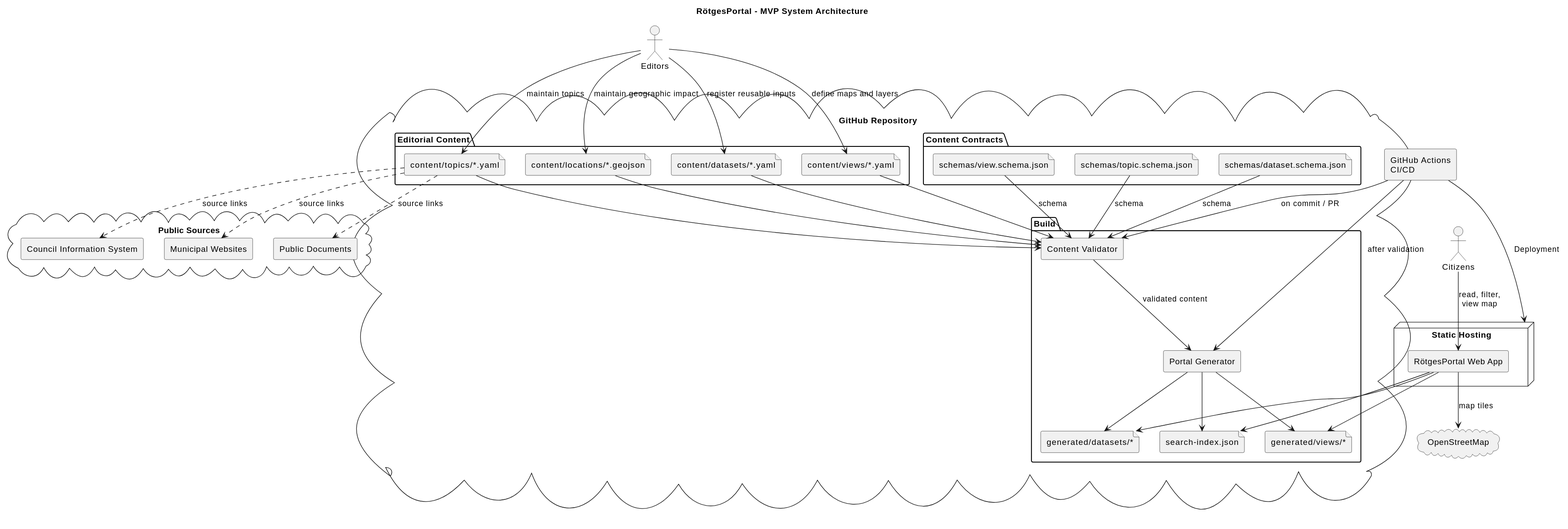
This is docs/architecture/system-architecture.svg from codeWithDEI/RoetgesPortal, a PlantUML export, as it was before one commit. The source it was exported from:
```plantuml
@startuml
title RötgesPortal - MVP System Architecture

skinparam componentStyle rectangle
skinparam shadowing false

actor "Editors" as Editor
actor "Citizens" as Citizen

cloud "GitHub Repository" {
  folder "Editorial Content" {
    file "content/topics/*.yaml" as Topics
    file "content/locations/*.geojson" as Locations
    file "content/datasets/*.yaml" as Datasets
    file "content/views/*.yaml" as Views
  }

  folder "Content Contracts" {
    file "schemas/topic.schema.json" as TopicSchema
    file "schemas/dataset.schema.json" as DatasetSchema
    file "schemas/view.schema.json" as ViewSchema
  }

  folder "Build" {
    component "Content Validator" as Validator
    component "Portal Generator" as Generator
    file "generated/datasets/*" as GeneratedDatasets
    file "generated/views/*" as GeneratedViews
    file "search-index.json" as SearchIndex
  }
}

component "GitHub Actions\nCI/CD" as Pipeline

node "Static Hosting" as Hosting {
  component "RötgesPortal Web App" as Portal
}

cloud "OpenStreetMap" as OSM
cloud "Public Sources" as Sources {
  component "Council Information System" as RIS
  component "Municipal Websites" as Municipality
  component "Public Documents" as Documents
}

Editor --> Topics : maintain topics
Editor --> Locations : maintain geographic impact
Editor --> Datasets : register reusable inputs
Editor --> Views : define maps and layers

Topics --> Validator
Locations --> Validator
Datasets --> Validator
Views --> Validator
TopicSchema --> Validator : schema
DatasetSchema --> Validator : schema
ViewSchema --> Validator : schema
Validator --> Generator : validated content
Generator --> GeneratedDatasets
Generator --> GeneratedViews
Generator --> SearchIndex

Pipeline --> Validator : on commit / PR
Pipeline --> Generator : after validation
Pipeline --> Hosting : Deployment

Citizen --> Portal : read, filter,\nview map
Portal --> GeneratedDatasets
Portal --> GeneratedViews
Portal --> SearchIndex
Portal --> OSM : map tiles

Topics ..> RIS : source links
Topics ..> Municipality : source links
Topics ..> Documents : source links
@enduml
```
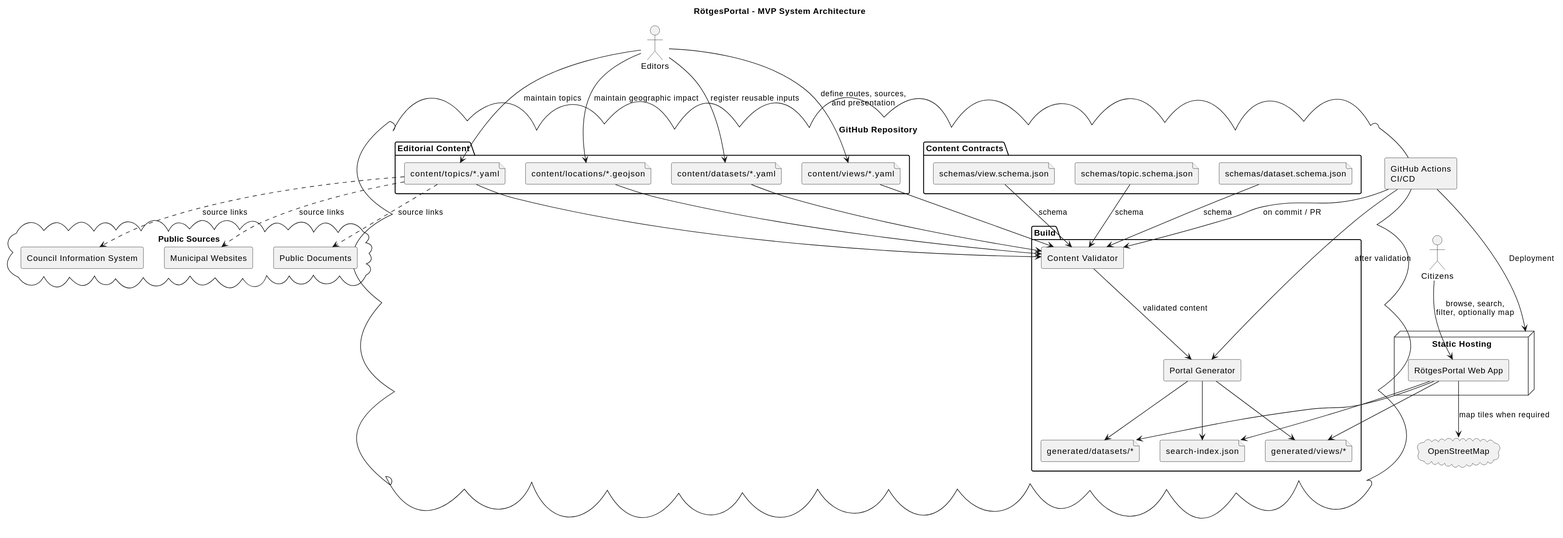
After the commit.

What changed in the source:
```diff
@@ -46,7 +46,7 @@
 Editor --> Topics : maintain topics
 Editor --> Locations : maintain geographic impact
 Editor --> Datasets : register reusable inputs
-Editor --> Views : define maps and layers
+Editor --> Views : define routes, sources,\nand presentation
 
 Topics --> Validator
 Locations --> Validator
@@ -64,11 +64,11 @@
 Pipeline --> Generator : after validation
 Pipeline --> Hosting : Deployment
 
-Citizen --> Portal : read, filter,\nview map
+Citizen --> Portal : browse, search,\nfilter, optionally map
 Portal --> GeneratedDatasets
 Portal --> GeneratedViews
 Portal --> SearchIndex
-Portal --> OSM : map tiles
+Portal --> OSM : map tiles when required
 
 Topics ..> RIS : source links
 Topics ..> Municipality : source links
```
